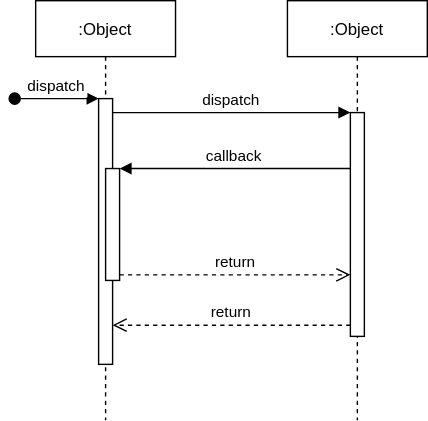
Before: example/Untitled Diagram.svg, a diagram exported from draw.io (yukpiz/drawio-example). Source tidied: cells renumbered, new cells last; positions are measured from the earlier drawing's top-left corner, leaving out a move shared by most shapes. Its diagram source:
```xml
<mxGraphModel>
  <root>
    <mxCell id="0" />
    <mxCell id="1" parent="0" />
    <mxCell id="2" value=":Object" style="shape=umlLifeline;perimeter=lifelinePerimeter;rounded=0;shadow=0;strokeWidth=1;" parent="1" vertex="1">
      <mxGeometry x="15" width="100" height="300" as="geometry" />
    </mxCell>
    <mxCell id="3" style="points=[];perimeter=orthogonalPerimeter;rounded=0;shadow=0;strokeWidth=1;" parent="2" vertex="1">
      <mxGeometry x="45" y="70" width="10" height="190" as="geometry" />
    </mxCell>
    <mxCell id="4" value="dispatch" style="verticalAlign=bottom;startArrow=oval;endArrow=block;startSize=8;shadow=0;strokeWidth=1;" parent="2" edge="1" target="3">
      <mxGeometry relative="1" as="geometry">
        <mxPoint x="-15" y="70" as="sourcePoint" />
      </mxGeometry>
    </mxCell>
    <mxCell id="5" style="points=[];perimeter=orthogonalPerimeter;rounded=0;shadow=0;strokeWidth=1;" parent="2" vertex="1">
      <mxGeometry x="50" y="120" width="10" height="80" as="geometry" />
    </mxCell>
    <mxCell id="6" value=":Object" style="shape=umlLifeline;perimeter=lifelinePerimeter;rounded=0;shadow=0;strokeWidth=1;" parent="1" vertex="1">
      <mxGeometry x="195" width="100" height="300" as="geometry" />
    </mxCell>
    <mxCell id="7" style="points=[];perimeter=orthogonalPerimeter;rounded=0;shadow=0;strokeWidth=1;" parent="6" vertex="1">
      <mxGeometry x="45" y="80" width="10" height="160" as="geometry" />
    </mxCell>
    <mxCell id="8" value="return" style="verticalAlign=bottom;endArrow=open;dashed=1;endSize=8;exitX=0;exitY=0.95;shadow=0;strokeWidth=1;" parent="1" edge="1" source="7" target="3">
      <mxGeometry relative="1" as="geometry" />
    </mxCell>
    <mxCell id="9" value="dispatch" style="verticalAlign=bottom;endArrow=block;entryX=0;entryY=0;shadow=0;strokeWidth=1;" parent="1" edge="1" source="3" target="7">
      <mxGeometry relative="1" as="geometry" />
    </mxCell>
    <mxCell id="10" value="callback" style="verticalAlign=bottom;endArrow=block;entryX=1;entryY=0;shadow=0;strokeWidth=1;" parent="1" edge="1" source="7" target="5">
      <mxGeometry relative="1" as="geometry" />
    </mxCell>
    <mxCell id="11" value="return" style="verticalAlign=bottom;endArrow=open;dashed=1;endSize=8;exitX=1;exitY=0.95;shadow=0;strokeWidth=1;" parent="1" edge="1" source="5" target="7">
      <mxGeometry relative="1" as="geometry" />
    </mxCell>
  </root>
</mxGraphModel>
```
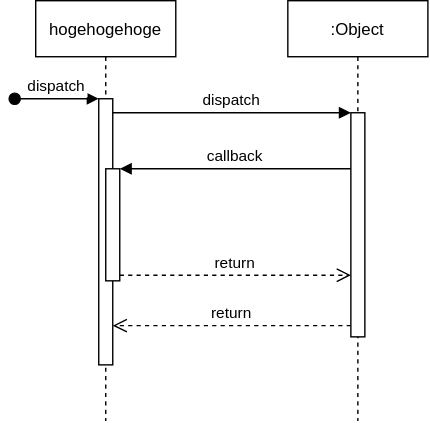
After the change.

What changed in the source:
```diff
@@ -2,7 +2,7 @@
   <root>
     <mxCell id="0" />
     <mxCell id="1" parent="0" />
-    <mxCell id="2" value=":Object" style="shape=umlLifeline;perimeter=lifelinePerimeter;rounded=0;shadow=0;strokeWidth=1;" parent="1" vertex="1">
+    <mxCell id="2" value="hogehogehoge" style="shape=umlLifeline;perimeter=lifelinePerimeter;rounded=0;shadow=0;strokeWidth=1;" parent="1" vertex="1">
       <mxGeometry x="15" width="100" height="300" as="geometry" />
     </mxCell>
     <mxCell id="3" style="points=[];perimeter=orthogonalPerimeter;rounded=0;shadow=0;strokeWidth=1;" parent="2" vertex="1">
```
